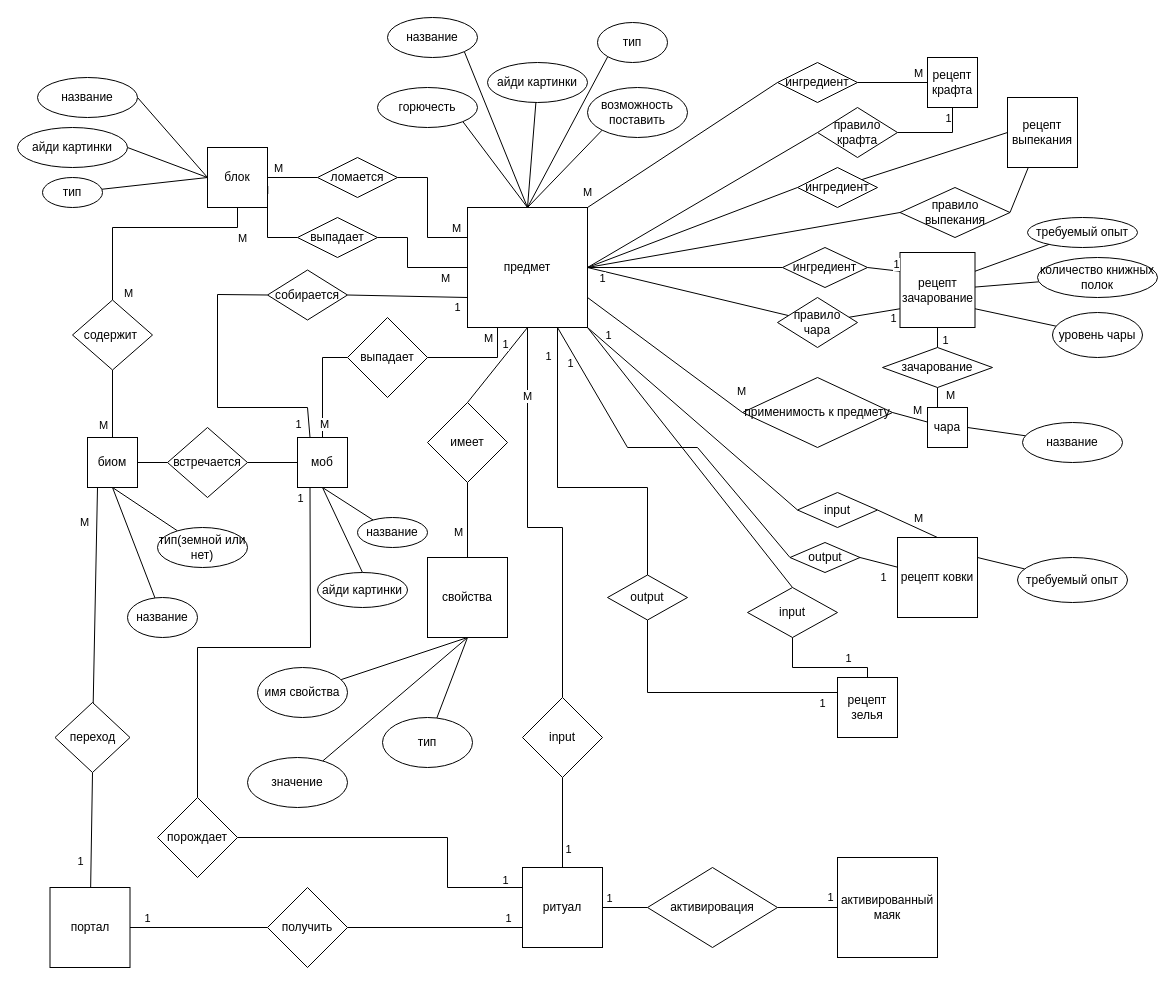
This is second-stage/DB_coursework1.drawio from ShchA317/db-coursework, a draw.io file, before an edit. Source tidied: cells renumbered, new cells numbered last; positions are measured from the earlier drawing's top-left corner, leaving out a move shared by most shapes. Both pictures are drawn from the tidied source at 100%, with x=0, y=0 at pixel (17, 17).
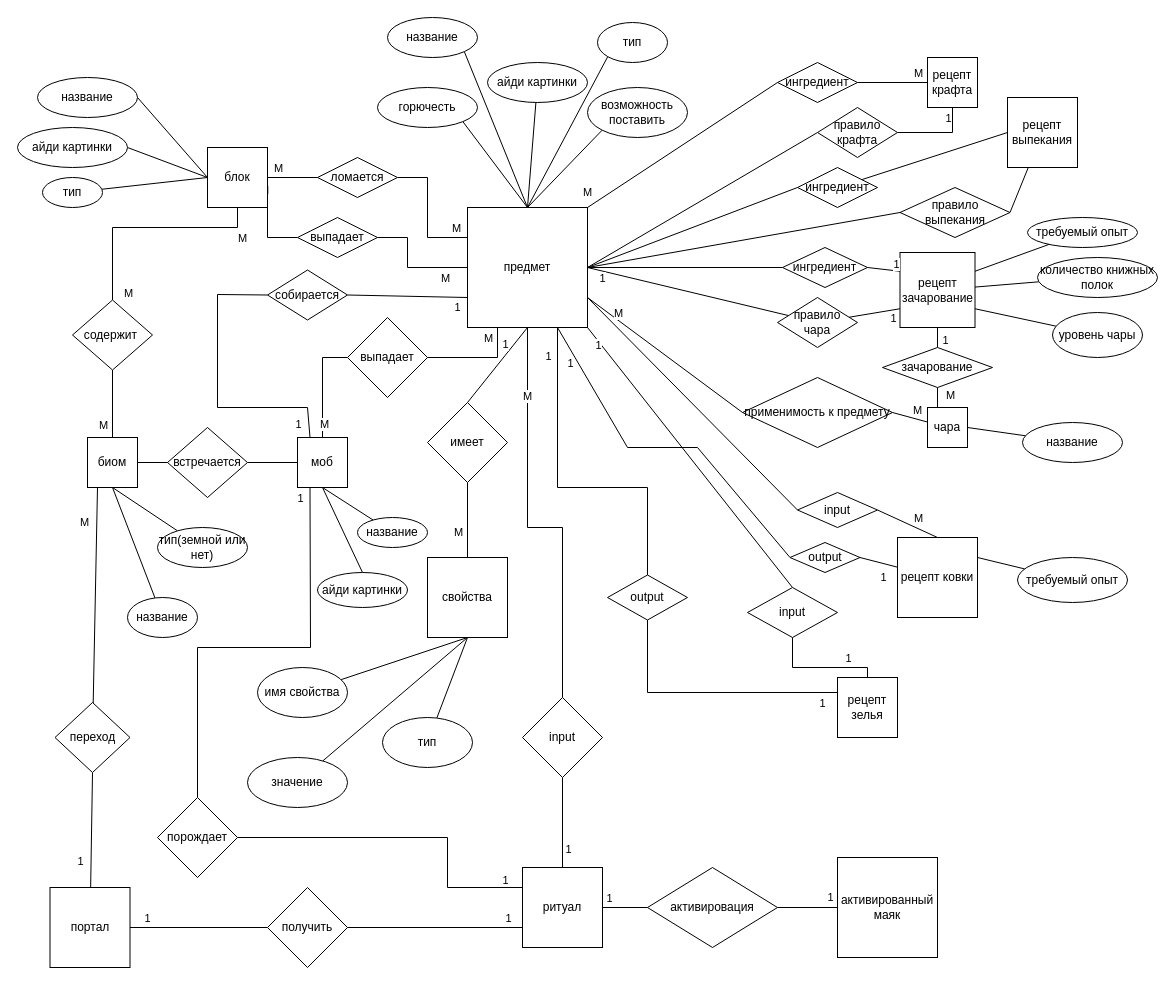
The same page after the edit.

Unchanged cells that the change refers to:
```xml
<mxCell id="6" style="edgeStyle=none;rounded=0;jettySize=auto;html=1;exitX=1;exitY=0.75;exitDx=0;exitDy=0;entryX=0;entryY=0.5;entryDx=0;entryDy=0;startArrow=none;startFill=0;endArrow=none;endFill=0;" parent="1" edge="1" source="14" target="105">
  <mxGeometry relative="1" as="geometry" />
</mxCell>
<mxCell id="14" value="предмет" style="whiteSpace=wrap;html=1;" parent="1" vertex="1">
  <mxGeometry x="450" y="190" width="120" height="120" as="geometry" />
</mxCell>
<mxCell id="79" value="input" style="rhombus;whiteSpace=wrap;html=1;" parent="1" vertex="1">
  <mxGeometry x="730" y="570" width="90" height="50" as="geometry" />
</mxCell>
<mxCell id="126" value="input" style="rhombus;whiteSpace=wrap;html=1;" parent="1" vertex="1">
  <mxGeometry x="780" y="475" width="80" height="35" as="geometry" />
</mxCell>
```

Change to the diagram source:
```diff
@@
-    <mxCell id="7" value="М" style="edgeLabel;html=1;align=center;verticalAlign=middle;" parent="6" vertex="1">
-      <mxGeometry x="0.82" y="1" relative="1" as="geometry">
-        <mxPoint x="12" y="-11" as="offset" />
-      </mxGeometry>
-    </mxCell>
-    <mxCell id="8" style="edgeStyle=none;rounded=0;jettySize=auto;html=1;exitX=1;exitY=1;exitDx=0;exitDy=0;entryX=0;entryY=0.5;entryDx=0;entryDy=0;startArrow=none;startFill=0;endArrow=none;endFill=0;" parent="1" edge="1" source="14" target="126">
+    <mxCell id="8" style="edgeStyle=none;rounded=0;jettySize=auto;html=1;exitX=1;exitY=0.75;exitDx=0;exitDy=0;entryX=0;entryY=0.5;entryDx=0;entryDy=0;startArrow=none;startFill=0;endArrow=none;endFill=0;" parent="1" edge="1" source="14" target="126">
       <mxGeometry relative="1" as="geometry" />
     </mxCell>
+    <mxCell id="167" value="M" style="edgeLabel;html=1;align=center;verticalAlign=middle;" parent="8" vertex="1">
+      <mxGeometry x="-0.81" y="1" relative="1" as="geometry">
+        <mxPoint x="10" y="-4" as="offset" />
+      </mxGeometry>
+    </mxCell>
+    <mxCell id="10" style="edgeStyle=none;rounded=0;jettySize=auto;html=1;exitX=1;exitY=1;exitDx=0;exitDy=0;entryX=0.5;entryY=0;entryDx=0;entryDy=0;startArrow=none;startFill=0;endArrow=none;endFill=0;" parent="1" edge="1" source="14" target="79">
+      <mxGeometry relative="1" as="geometry" />
+    </mxCell>
-    <mxCell id="9" value="1" style="edgeLabel;html=1;align=center;verticalAlign=middle;" parent="8" vertex="1">
-      <mxGeometry x="-0.8" y="-1" relative="1" as="geometry">
-        <mxPoint y="-12" as="offset" />
-      </mxGeometry>
+    <mxCell id="9" value="1" style="edgeLabel;html=1;align=center;verticalAlign=middle;" parent="10" vertex="1">
+      <mxGeometry x="-0.88" y="-3" relative="1" as="geometry" />
     </mxCell>
-    <mxCell id="10" style="edgeStyle=none;rounded=0;jettySize=auto;html=1;exitX=1;exitY=1;exitDx=0;exitDy=0;entryX=0.5;entryY=0;entryDx=0;entryDy=0;startArrow=none;startFill=0;endArrow=none;endFill=0;" parent="1" edge="1" source="14" target="79">
-      <mxGeometry relative="1" as="geometry" />
-    </mxCell>
```
